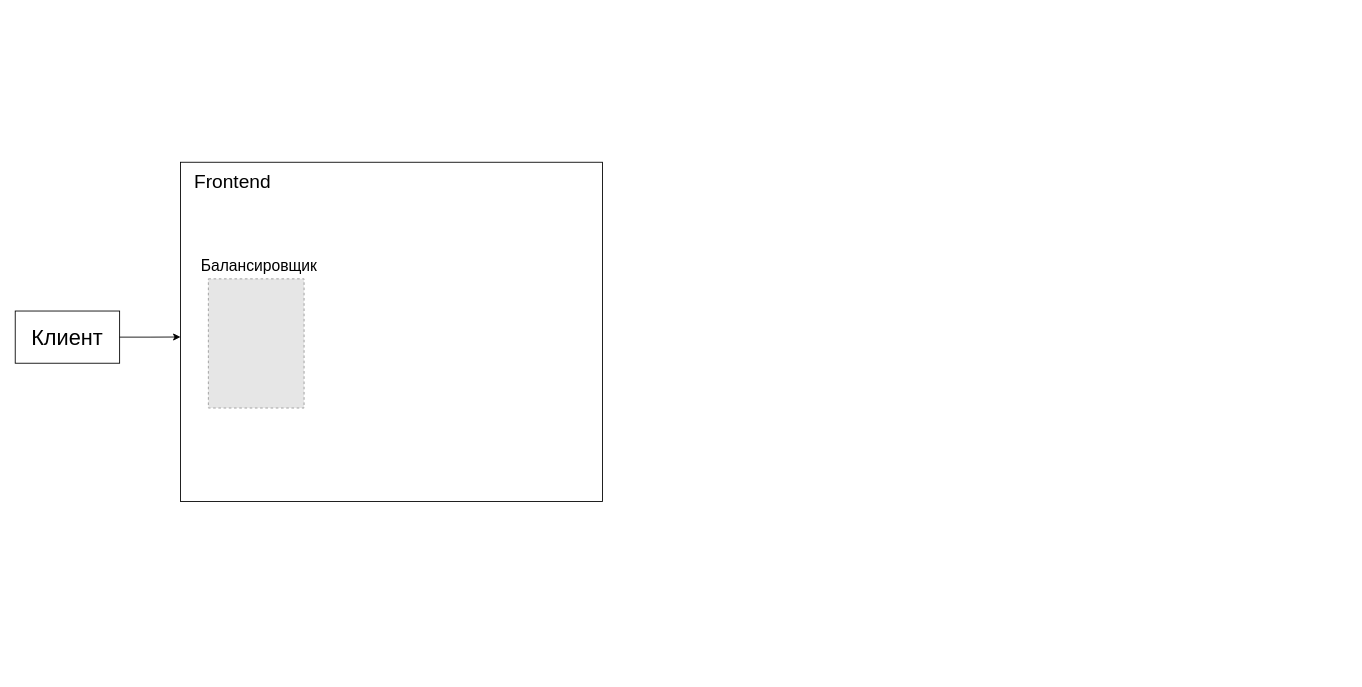
Before: online-store.drawio in OlegWhiteRose/Architectures-for-highload, a draw.io diagram. Source tidied: cells renumbered, new cells numbered last; positions are measured from the earlier drawing's top-left corner, leaving out a move shared by most shapes. Both pictures are drawn from the tidied source at 87%, with x=0, y=0 at pixel (15, 162). Pictures stored in the file or linked from it are replaced by grey dashed boxes.
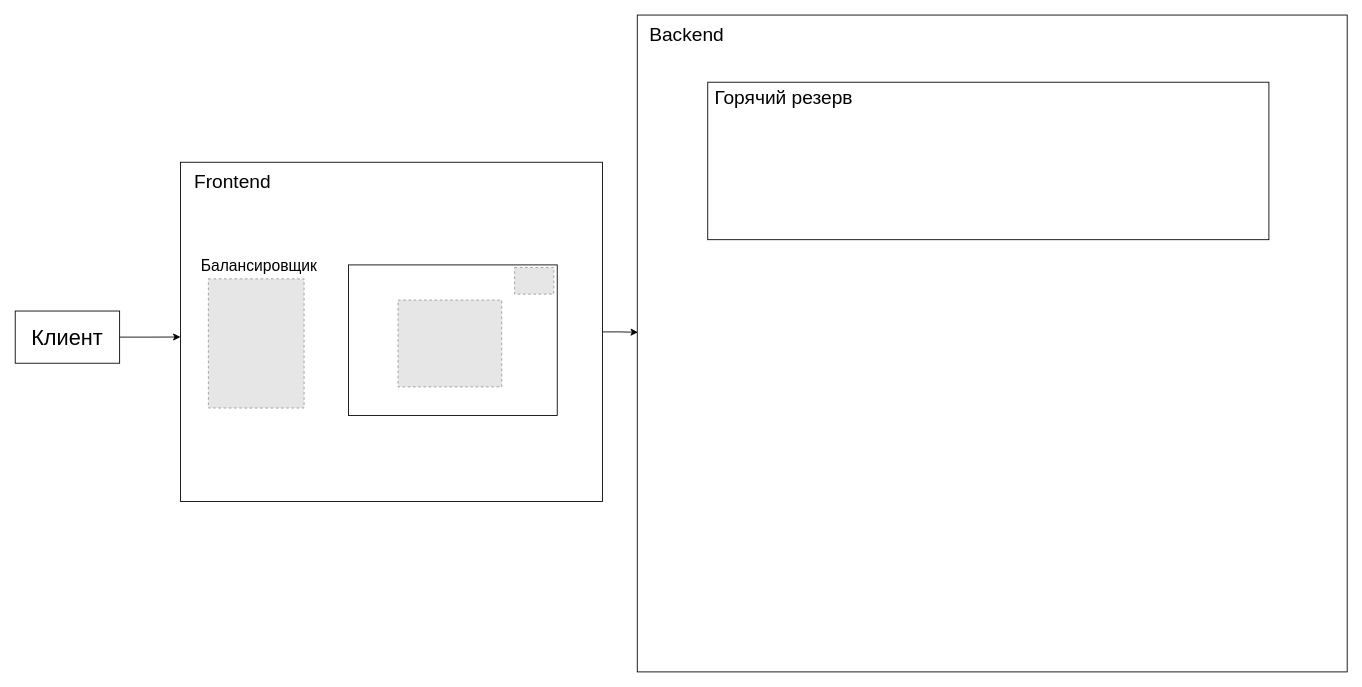
Above is the later version.

The edit, as a diff of the source:
```diff
@@
 <mxGraphModel>
   <root>
     <mxCell id="0" />
     <mxCell id="1" parent="0" />
+    <mxCell id="8" style="rounded=0;whiteSpace=wrap;html=1;" parent="1" vertex="1">
+      <mxGeometry x="715" y="-169.2" width="816" height="755" as="geometry" />
+    </mxCell>
     <mxCell id="2" style="rounded=0;whiteSpace=wrap;html=1;" parent="1" vertex="1">
       <mxGeometry x="190" width="485" height="390" as="geometry" />
     </mxCell>
     <mxCell id="3" value="&lt;font style=&quot;font-size: 25px;&quot;&gt;Клиент&lt;/font&gt;" style="rounded=0;whiteSpace=wrap;html=1;" parent="1" vertex="1">
       <mxGeometry y="171" width="120" height="60" as="geometry" />
     </mxCell>
     <mxCell id="4" style="fillColor=#E6E6E6;strokeColor=#999999;dashed=1;verticalLabelPosition=bottom;labelBackgroundColor=default;verticalAlign=top;" parent="1" vertex="1">
       <mxGeometry x="222" y="134" width="110" height="148.5" as="geometry" />
     </mxCell>
     <mxCell id="5" value="&lt;font style=&quot;font-size: 18px;&quot;&gt;Балансировщик&lt;/font&gt;" style="text;html=1;align=center;verticalAlign=middle;whiteSpace=wrap;rounded=0;" parent="1" vertex="1">
       <mxGeometry x="229" y="104" width="103" height="30" as="geometry" />
     </mxCell>
     <mxCell id="6" value="&lt;font style=&quot;font-size: 22px;&quot;&gt;Frontend&lt;/font&gt;" style="text;html=1;align=center;verticalAlign=middle;whiteSpace=wrap;rounded=0;" parent="1" vertex="1">
       <mxGeometry x="220" y="8" width="60" height="30" as="geometry" />
     </mxCell>
     <mxCell id="7" style="edgeStyle=orthogonalEdgeStyle;rounded=0;jettySize=auto;html=1;entryX=0;entryY=0.515;entryDx=0;entryDy=0;entryPerimeter=0;" parent="1" edge="1" source="3" target="2">
       <mxGeometry relative="1" as="geometry" />
     </mxCell>
+    <mxCell id="9" style="rounded=0;whiteSpace=wrap;html=1;" parent="1" vertex="1">
+      <mxGeometry x="383" y="118" width="240" height="173" as="geometry" />
+    </mxCell>
+    <mxCell id="10" style="fillColor=#E6E6E6;strokeColor=#999999;dashed=1;verticalLabelPosition=bottom;labelBackgroundColor=default;verticalAlign=top;" parent="1" vertex="1">
+      <mxGeometry x="574" y="121" width="45" height="30.6" as="geometry" />
+    </mxCell>
+    <mxCell id="11" style="fillColor=#E6E6E6;strokeColor=#999999;dashed=1;verticalLabelPosition=bottom;labelBackgroundColor=default;verticalAlign=top;" parent="1" vertex="1">
+      <mxGeometry x="440" y="158.4" width="119.2" height="99.8" as="geometry" />
+    </mxCell>
+    <mxCell id="12" value="&lt;span style=&quot;font-size: 22px;&quot;&gt;Backend&lt;/span&gt;" style="text;html=1;align=center;verticalAlign=middle;whiteSpace=wrap;rounded=0;" parent="1" vertex="1">
+      <mxGeometry x="742" y="-161" width="60" height="30" as="geometry" />
+    </mxCell>
+    <mxCell id="13" style="edgeStyle=orthogonalEdgeStyle;rounded=0;jettySize=auto;html=1;entryX=0.001;entryY=0.483;entryDx=0;entryDy=0;entryPerimeter=0;" parent="1" edge="1" source="2" target="8">
+      <mxGeometry relative="1" as="geometry" />
+    </mxCell>
+    <mxCell id="14" style="rounded=0;whiteSpace=wrap;html=1;" parent="1" vertex="1">
+      <mxGeometry x="796" y="-92" width="645" height="181" as="geometry" />
+    </mxCell>
+    <mxCell id="15" value="&lt;span style=&quot;font-size: 22px;&quot;&gt;Горячий резерв&lt;/span&gt;" style="text;html=1;align=center;verticalAlign=middle;whiteSpace=wrap;rounded=0;" parent="1" vertex="1">
+      <mxGeometry x="780" y="-88" width="207" height="30" as="geometry" />
+    </mxCell>
   </root>
 </mxGraphModel>
```
